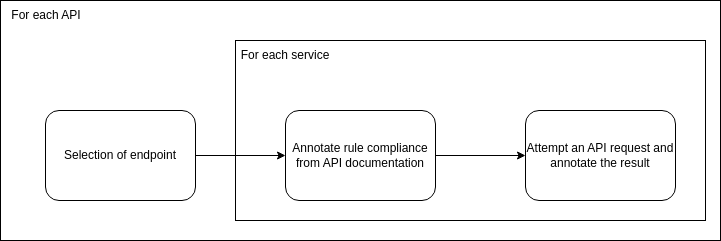
Before: methodology/methodology_2.png, a diagram exported from draw.io (ruizsalvat/Master-Project-Information-Sciences). Source tidied: cells renumbered, new cells last; positions are measured from the earlier drawing's top-left corner, leaving out a move shared by most shapes.
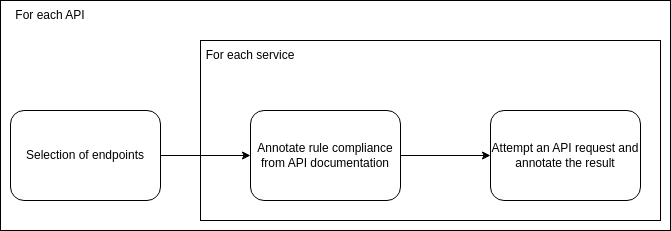
Later version of the same file.

The edit, as a diff of the source:
```diff
@@ -5,7 +5,7 @@
     <mxCell id="2" style="edgeStyle=orthogonalEdgeStyle;rounded=0;jettySize=auto;html=1;" parent="1" edge="1" source="3" target="5">
       <mxGeometry relative="1" as="geometry" />
     </mxCell>
-    <mxCell id="3" value="Selection of endpoint" style="rounded=1;whiteSpace=wrap;html=1;" parent="1" vertex="1">
+    <mxCell id="3" value="Selection of endpoints" style="rounded=1;whiteSpace=wrap;html=1;" parent="1" vertex="1">
       <mxGeometry x="45" y="110" width="150" height="90" as="geometry" />
     </mxCell>
     <mxCell id="4" style="edgeStyle=orthogonalEdgeStyle;rounded=0;jettySize=auto;html=1;" parent="1" edge="1" source="5" target="6">
@@ -18,13 +18,13 @@
       <mxGeometry x="525" y="110" width="150" height="90" as="geometry" />
     </mxCell>
     <mxCell id="7" style="rounded=0;whiteSpace=wrap;html=1;fillColor=none;" parent="1" vertex="1">
-      <mxGeometry width="720" height="240" as="geometry" />
+      <mxGeometry x="35" width="670" height="230" as="geometry" />
     </mxCell>
     <mxCell id="8" style="rounded=0;whiteSpace=wrap;html=1;fillColor=none;" parent="1" vertex="1">
-      <mxGeometry x="235" y="40" width="470" height="180" as="geometry" />
+      <mxGeometry x="235" y="40" width="460" height="180" as="geometry" />
     </mxCell>
     <mxCell id="9" value="For each API" style="text;html=1;align=center;verticalAlign=middle;whiteSpace=wrap;rounded=0;" parent="1" vertex="1">
-      <mxGeometry x="6" width="80" height="30" as="geometry" />
+      <mxGeometry x="45" width="80" height="30" as="geometry" />
     </mxCell>
     <mxCell id="10" value="For each service" style="text;html=1;align=center;verticalAlign=middle;whiteSpace=wrap;rounded=0;" parent="1" vertex="1">
       <mxGeometry x="235" y="40" width="100" height="30" as="geometry" />
```
